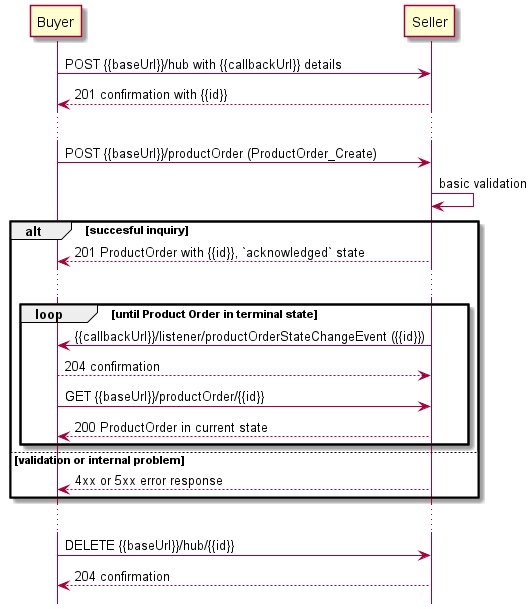
Earlier version of the PlantUML export documentation/productApi/order/media/useCase1Notification.png (MEF-GIT/MEF-LSO-Sonata-SDK).
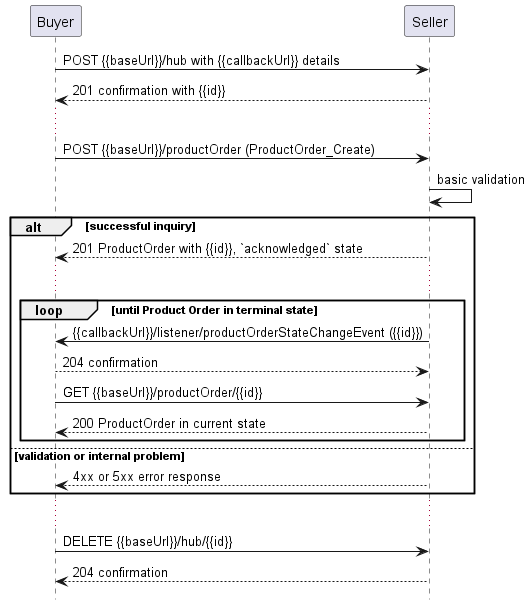
Above is the later version.

What changed in the source:
```diff
@@ -11,7 +11,7 @@
 Buyer -> Seller : POST {{baseUrl}}/productOrder (ProductOrder_Create)
 Seller -> Seller : basic validation
 
-alt succesful inquiry
+alt successful inquiry
   Seller --> Buyer : 201 ProductOrder with {{id}}, `acknowledged` state
 
   ...
@@ -19,7 +19,7 @@
   group loop [until Product Order in terminal state]
       Seller -> Buyer: {{callbackUrl}}/listener/productOrderStateChangeEvent ({{id}})
       Buyer --> Seller : 204 confirmation
-      Buyer -> Seller :   GET {{baseUrl}}/productOrder/{{id}}
+      Buyer -> Seller : GET {{baseUrl}}/productOrder/{{id}}
       return 200 ProductOrder in current state
   end
 
```
